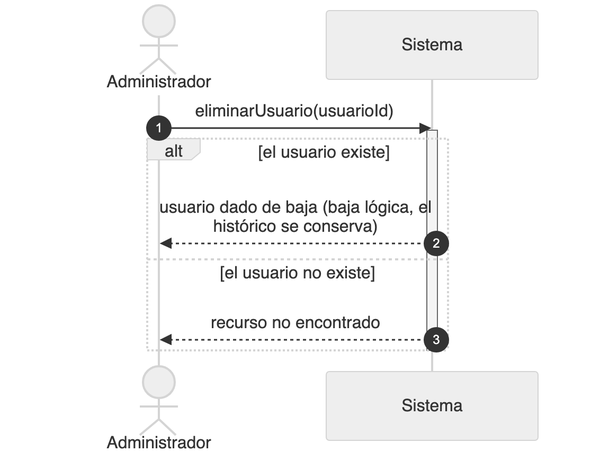
The Mermaid diagram diagramas/png/DSS_CU-085_Eliminar-Usuario.png in Nahuelito-Dev/splg-docs, before a commit. Its source is kept beside it as diagramas/DSS_CU-085_Eliminar-Usuario.mmd. Source of this version:
```mermaid
sequenceDiagram
    title DSS — CU-085 Eliminar Usuario
    autonumber
    actor ADM as Administrador
    participant SIS as Sistema

    ADM->>SIS: eliminarUsuario(usuarioId)
    activate SIS
    alt el usuario existe y el administrador puede darlo de baja
        SIS-->>ADM: usuario dado de baja (baja lógica de la cuenta, su perfil, vehículos y direcciones, y la cuenta de acceso queda deshabilitada)
    else un administrador de empresa sobre la cuenta de un cliente
        SIS-->>ADM: acceso denegado, la cuenta de un cliente la administra el administrador general
    else el usuario no existe o es de otra distribuidora
        SIS-->>ADM: recurso no encontrado
    end
    deactivate SIS
```
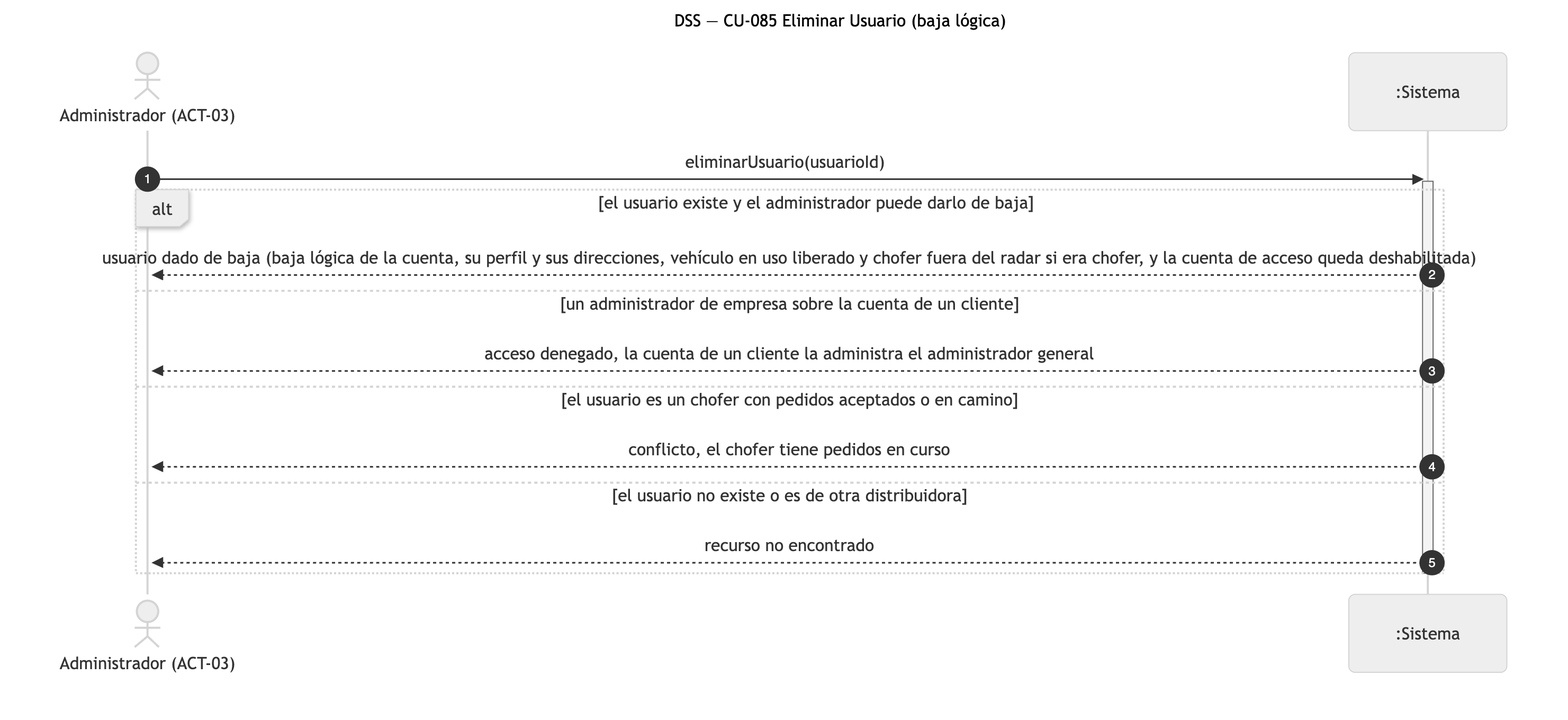
After the commit.

The edit, as a diff of the source:
```diff
@@ -1,15 +1,17 @@
 sequenceDiagram
-    title DSS — CU-085 Eliminar Usuario
+    title DSS — CU-085 Eliminar Usuario (baja lógica)
     autonumber
-    actor ADM as Administrador
-    participant SIS as Sistema
+    actor ADM as Administrador (ACT-03)
+    participant SIS as :Sistema
 
     ADM->>SIS: eliminarUsuario(usuarioId)
     activate SIS
     alt el usuario existe y el administrador puede darlo de baja
-        SIS-->>ADM: usuario dado de baja (baja lógica de la cuenta, su perfil, vehículos y direcciones, y la cuenta de acceso queda deshabilitada)
+        SIS-->>ADM: usuario dado de baja (baja lógica de la cuenta, su perfil y sus direcciones, vehículo en uso liberado y chofer fuera del radar si era chofer, y la cuenta de acceso queda deshabilitada)
     else un administrador de empresa sobre la cuenta de un cliente
         SIS-->>ADM: acceso denegado, la cuenta de un cliente la administra el administrador general
+    else el usuario es un chofer con pedidos aceptados o en camino
+        SIS-->>ADM: conflicto, el chofer tiene pedidos en curso
     else el usuario no existe o es de otra distribuidora
         SIS-->>ADM: recurso no encontrado
     end
```
